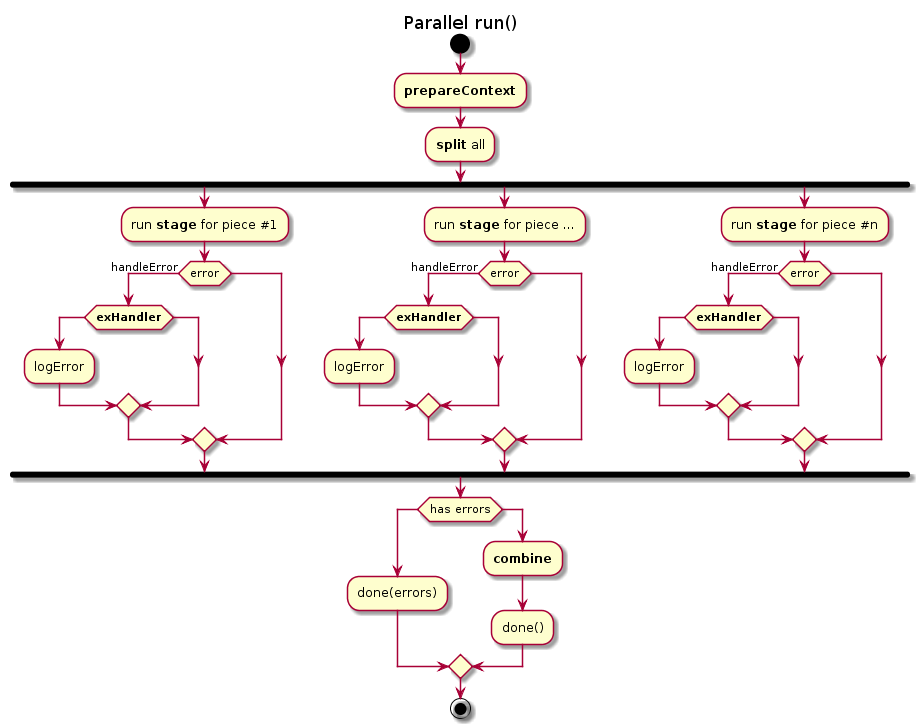
Above: pics/stages/Parallel/run_activity.png in vedmalex/pipeline.js (PlantUML), before the change.
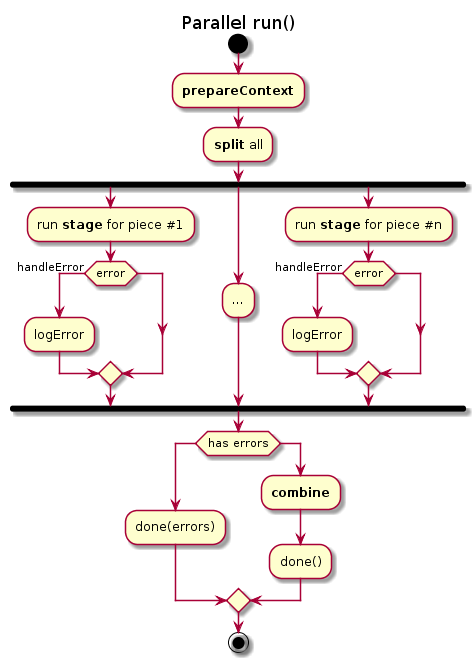
Later version of the same file.

Diff of the diagram source:
```diff
@@ -9,23 +9,14 @@
 fork
     :run **stage** for piece #1;
     if(error) then (handleError)
-        if(**exHandler**)
         :logError;
-        endif
     endif
 fork again
-    :run **stage** for piece ...;
-    if(error) then (handleError)
-        if(**exHandler**)
-        :logError;
-        endif
-    endif
+:...;
 fork again
     :run **stage** for piece #n;
     if(error) then (handleError)
-        if(**exHandler**)
         :logError;
-        endif
     endif
 end fork
 
```
